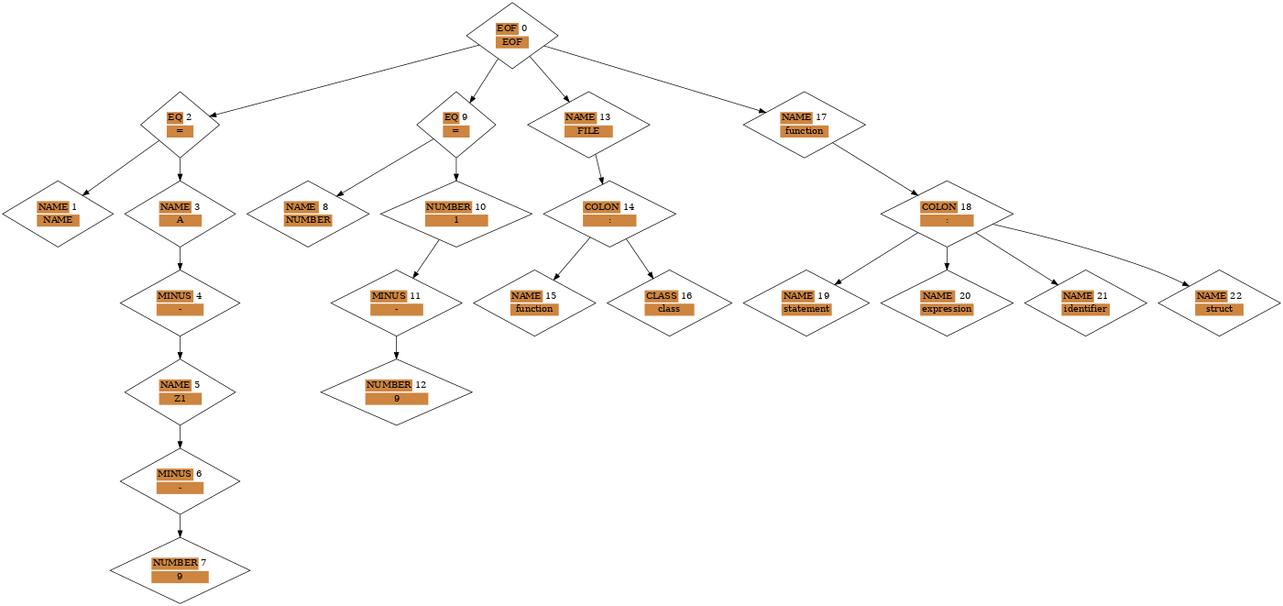
Above: graph.png in 1mchlkrpch/Rebecca (Graphviz), before the change. Its source is kept beside it as graph.dot.
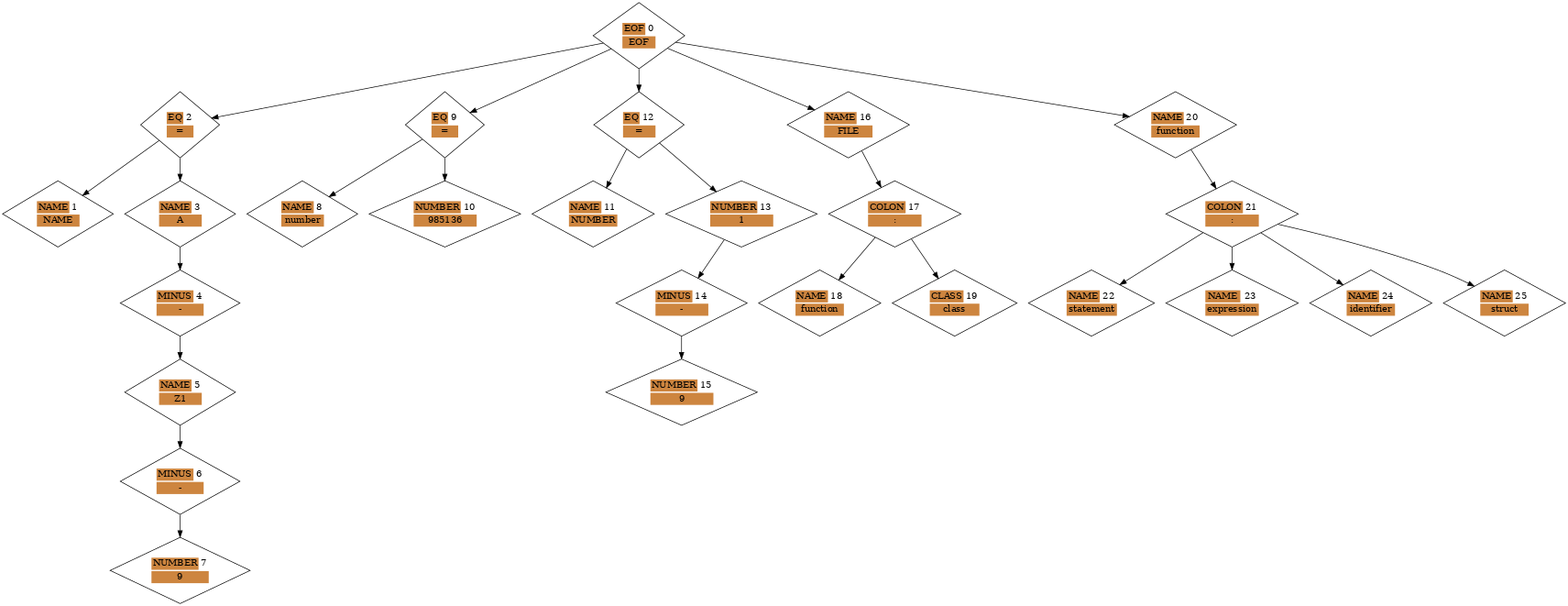
After the change.

What changed in the source:
```diff
@@ -66,105 +66,127 @@
 	n8 [shape=diamond label=<
 		<table border="0">
 			<tr><td colspan="1" bgcolor="Peru">NAME</td><td>8</td></tr>
-			<tr><td colspan="2" bgcolor="Peru">NUMBER</td></tr>
+			<tr><td colspan="2" bgcolor="Peru">number</td></tr>
 		</table>
 	>]
 
 	n10 [shape=diamond label=<
 		<table border="0">
 			<tr><td colspan="1" bgcolor="Peru">NUMBER</td><td>10</td></tr>
-			<tr><td colspan="2" bgcolor="Peru">1</td></tr>
+			<tr><td colspan="2" bgcolor="Peru">985136</td></tr>
+		</table>
+	>]
+
+	n12 [shape=diamond label=<
+		<table border="0">
+			<tr><td colspan="1" bgcolor="Peru">EQ</td><td>12</td></tr>
+			<tr><td colspan="2" bgcolor="Peru">=</td></tr>
 		</table>
 	>]
 
 	n11 [shape=diamond label=<
 		<table border="0">
-			<tr><td colspan="1" bgcolor="Peru">MINUS</td><td>11</td></tr>
-			<tr><td colspan="2" bgcolor="Peru">-</td></tr>
-		</table>
-	>]
-
-	n12 [shape=diamond label=<
-		<table border="0">
-			<tr><td colspan="1" bgcolor="Peru">NUMBER</td><td>12</td></tr>
-			<tr><td colspan="2" bgcolor="Peru">9</td></tr>
+			<tr><td colspan="1" bgcolor="Peru">NAME</td><td>11</td></tr>
+			<tr><td colspan="2" bgcolor="Peru">NUMBER</td></tr>
 		</table>
 	>]
 
 	n13 [shape=diamond label=<
 		<table border="0">
-			<tr><td colspan="1" bgcolor="Peru">NAME</td><td>13</td></tr>
-			<tr><td colspan="2" bgcolor="Peru">FILE</td></tr>
+			<tr><td colspan="1" bgcolor="Peru">NUMBER</td><td>13</td></tr>
+			<tr><td colspan="2" bgcolor="Peru">1</td></tr>
 		</table>
 	>]
 
 	n14 [shape=diamond label=<
 		<table border="0">
-			<tr><td colspan="1" bgcolor="Peru">COLON</td><td>14</td></tr>
-			<tr><td colspan="2" bgcolor="Peru">:</td></tr>
+			<tr><td colspan="1" bgcolor="Peru">MINUS</td><td>14</td></tr>
+			<tr><td colspan="2" bgcolor="Peru">-</td></tr>
 		</table>
 	>]
 
 	n15 [shape=diamond label=<
 		<table border="0">
-			<tr><td colspan="1" bgcolor="Peru">NAME</td><td>15</td></tr>
-			<tr><td colspan="2" bgcolor="Peru">function</td></tr>
+			<tr><td colspan="1" bgcolor="Peru">NUMBER</td><td>15</td></tr>
+			<tr><td colspan="2" bgcolor="Peru">9</td></tr>
 		</table>
 	>]
 
 	n16 [shape=diamond label=<
 		<table border="0">
-			<tr><td colspan="1" bgcolor="Peru">CLASS</td><td>16</td></tr>
-			<tr><td colspan="2" bgcolor="Peru">class</td></tr>
+			<tr><td colspan="1" bgcolor="Peru">NAME</td><td>16</td></tr>
+			<tr><td colspan="2" bgcolor="Peru">FILE</td></tr>
 		</table>
 	>]
 
 	n17 [shape=diamond label=<
 		<table border="0">
-			<tr><td colspan="1" bgcolor="Peru">NAME</td><td>17</td></tr>
-			<tr><td colspan="2" bgcolor="Peru">function</td></tr>
+			<tr><td colspan="1" bgcolor="Peru">COLON</td><td>17</td></tr>
+			<tr><td colspan="2" bgcolor="Peru">:</td></tr>
 		</table>
 	>]
 
 	n18 [shape=diamond label=<
 		<table border="0">
-			<tr><td colspan="1" bgcolor="Peru">COLON</td><td>18</td></tr>
-			<tr><td colspan="2" bgcolor="Peru">:</td></tr>
+			<tr><td colspan="1" bgcolor="Peru">NAME</td><td>18</td></tr>
+			<tr><td colspan="2" bgcolor="Peru">function</td></tr>
 		</table>
 	>]
 
 	n19 [shape=diamond label=<
 		<table border="0">
-			<tr><td colspan="1" bgcolor="Peru">NAME</td><td>19</td></tr>
-			<tr><td colspan="2" bgcolor="Peru">statement</td></tr>
+			<tr><td colspan="1" bgcolor="Peru">CLASS</td><td>19</td></tr>
+			<tr><td colspan="2" bgcolor="Peru">class</td></tr>
 		</table>
 	>]
 
 	n20 [shape=diamond label=<
 		<table border="0">
 			<tr><td colspan="1" bgcolor="Peru">NAME</td><td>20</td></tr>
-			<tr><td colspan="2" bgcolor="Peru">expression</td></tr>
+			<tr><td colspan="2" bgcolor="Peru">function</td></tr>
 		</table>
 	>]
 
 	n21 [shape=diamond label=<
 		<table border="0">
-			<tr><td colspan="1" bgcolor="Peru">NAME</td><td>21</td></tr>
-			<tr><td colspan="2" bgcolor="Peru">identifier</td></tr>
+			<tr><td colspan="1" bgcolor="Peru">COLON</td><td>21</td></tr>
+			<tr><td colspan="2" bgcolor="Peru">:</td></tr>
 		</table>
 	>]
 
 	n22 [shape=diamond label=<
 		<table border="0">
 			<tr><td colspan="1" bgcolor="Peru">NAME</td><td>22</td></tr>
+			<tr><td colspan="2" bgcolor="Peru">statement</td></tr>
+		</table>
+	>]
+
+	n23 [shape=diamond label=<
+		<table border="0">
+			<tr><td colspan="1" bgcolor="Peru">NAME</td><td>23</td></tr>
+			<tr><td colspan="2" bgcolor="Peru">expression</td></tr>
+		</table>
+	>]
+
+	n24 [shape=diamond label=<
+		<table border="0">
+			<tr><td colspan="1" bgcolor="Peru">NAME</td><td>24</td></tr>
+			<tr><td colspan="2" bgcolor="Peru">identifier</td></tr>
+		</table>
+	>]
+
+	n25 [shape=diamond label=<
+		<table border="0">
+			<tr><td colspan="1" bgcolor="Peru">NAME</td><td>25</td></tr>
 			<tr><td colspan="2" bgcolor="Peru">struct</td></tr>
 		</table>
 	>]
 
 	n0 -> n2
 	n0 -> n9
-	n0 -> n13
-	n0 -> n17
+	n0 -> n12
+	n0 -> n16
+	n0 -> n20
 	n2 -> n1
 	n2 -> n3
 	n3 -> n4
@@ -173,14 +195,16 @@
 	n6 -> n7
 	n9 -> n8
 	n9 -> n10
-	n10 -> n11
-	n11 -> n12
+	n12 -> n11
+	n12 -> n13
 	n13 -> n14
 	n14 -> n15
-	n14 -> n16
+	n16 -> n17
 	n17 -> n18
-	n18 -> n19
-	n18 -> n20
-	n18 -> n21
-	n18 -> n22
+	n17 -> n19
+	n20 -> n21
+	n21 -> n22
+	n21 -> n23
+	n21 -> n24
+	n21 -> n25
 }
```
